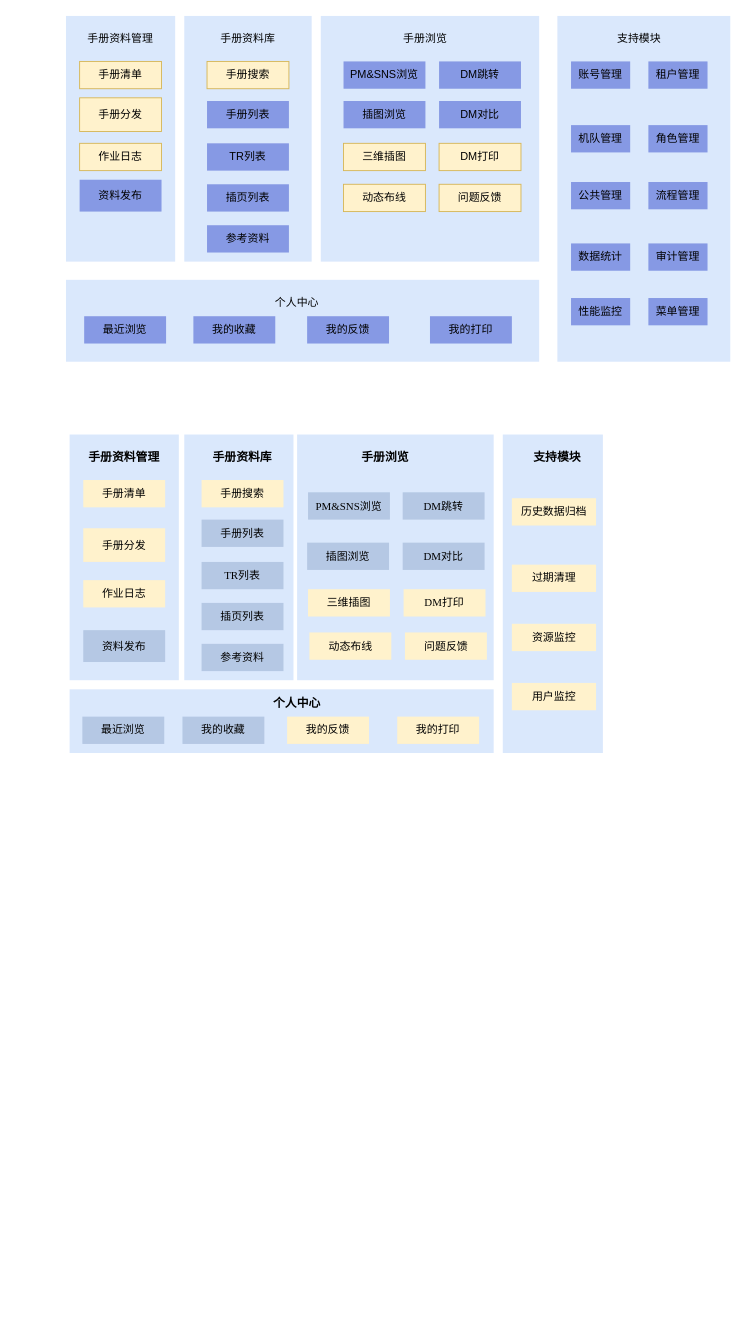
Above: imap_2/售前-业务架构图.drawio in DemonHan/KuickBuy (draw.io), before the change. Source tidied: cells renumbered, new cells numbered last; positions are measured from the earlier drawing's top-left corner, leaving out a move shared by most shapes. Both pictures are drawn from the tidied source at 91%, with x=0, y=0 at pixel (66, 15).
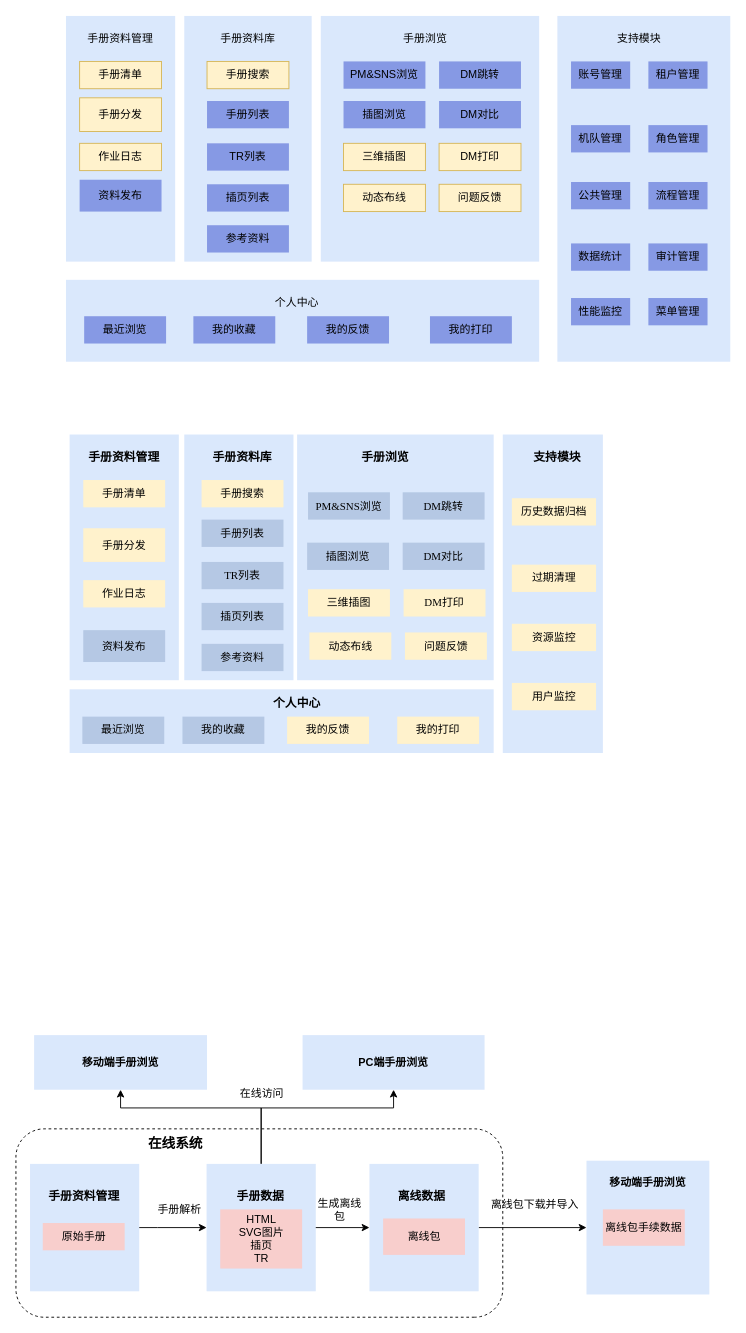
The same page after the edit.

Commit message (it also covers changes not shown here):
更新售前-业务架构图.drawio

Diff of the diagram source:
```diff
@@
+    <mxCell id="78" style="rounded=1;whiteSpace=wrap;html=1;direction=west;dashed=1;" parent="1" vertex="1">
+      <mxGeometry x="-55" y="1223" width="535" height="207" as="geometry" />
+    </mxCell>
@@
+    <mxCell id="79" style="rounded=0;whiteSpace=wrap;html=1;fillColor=#dae8fc;strokeColor=none;" parent="1" vertex="1">
+      <mxGeometry x="-39.5" y="1261.5" width="120" height="140" as="geometry" />
+    </mxCell>
+    <mxCell id="80" value="手册资料管理" style="text;html=1;align=center;verticalAlign=middle;whiteSpace=wrap;rounded=0;fontStyle=1;fontSize=13;" parent="1" vertex="1">
+      <mxGeometry x="-20.5" y="1281.5" width="80" height="30" as="geometry" />
+    </mxCell>
+    <mxCell id="81" value="原始手册" style="rounded=0;whiteSpace=wrap;html=1;fillColor=#f8cecc;strokeColor=none;fontFamily=Helvetica;" parent="1" vertex="1">
+      <mxGeometry x="-25.5" y="1326.5" width="90" height="30" as="geometry" />
+    </mxCell>
+    <mxCell id="82" style="edgeStyle=orthogonalEdgeStyle;rounded=0;jettySize=auto;html=1;entryX=0.5;entryY=1;entryDx=0;entryDy=0;" parent="1" edge="1" source="84" target="94">
+      <mxGeometry relative="1" as="geometry">
+        <Array as="points">
+          <mxPoint x="215" y="1200" />
+          <mxPoint x="360" y="1200" />
+        </Array>
+      </mxGeometry>
+    </mxCell>
+    <mxCell id="83" style="edgeStyle=orthogonalEdgeStyle;rounded=0;jettySize=auto;html=1;exitX=0.5;exitY=0;exitDx=0;exitDy=0;entryX=0.5;entryY=1;entryDx=0;entryDy=0;" parent="1" edge="1" source="84" target="98">
+      <mxGeometry relative="1" as="geometry">
+        <Array as="points">
+          <mxPoint x="214" y="1200" />
+          <mxPoint x="60" y="1200" />
+        </Array>
+      </mxGeometry>
+    </mxCell>
+    <mxCell id="84" style="rounded=0;whiteSpace=wrap;html=1;fillColor=#dae8fc;strokeColor=none;" parent="1" vertex="1">
+      <mxGeometry x="154.5" y="1261.5" width="120" height="140" as="geometry" />
+    </mxCell>
+    <mxCell id="85" value="手册数据" style="text;html=1;align=center;verticalAlign=middle;whiteSpace=wrap;rounded=0;fontStyle=1;fontSize=13;" parent="1" vertex="1">
+      <mxGeometry x="173.5" y="1281.5" width="80" height="30" as="geometry" />
+    </mxCell>
+    <mxCell id="86" value="HTML&lt;br&gt;SVG图片&lt;br&gt;插页&lt;br&gt;TR" style="rounded=0;whiteSpace=wrap;html=1;fillColor=#f8cecc;strokeColor=none;fontFamily=Helvetica;align=center;" parent="1" vertex="1">
+      <mxGeometry x="169.5" y="1311.5" width="90" height="65" as="geometry" />
+    </mxCell>
+    <mxCell id="87" style="endArrow=classic;startArrow=none;html=1;rounded=0;exitX=1;exitY=0.5;exitDx=0;exitDy=0;entryX=0;entryY=0.5;entryDx=0;entryDy=0;startFill=0;" parent="1" edge="1" source="79" target="84">
+      <mxGeometry relative="1" as="geometry">
+        <Array as="points">
+          <mxPoint x="100.5" y="1331.5" />
+        </Array>
+      </mxGeometry>
+    </mxCell>
+    <mxCell id="88" value="手册解析" style="text;html=1;align=center;verticalAlign=middle;whiteSpace=wrap;rounded=0;" parent="1" vertex="1">
+      <mxGeometry x="94.5" y="1296.5" width="60" height="30" as="geometry" />
+    </mxCell>
+    <mxCell id="89" style="edgeStyle=orthogonalEdgeStyle;rounded=0;jettySize=auto;html=1;entryX=0;entryY=0.5;entryDx=0;entryDy=0;" parent="1" edge="1" source="90" target="99">
+      <mxGeometry relative="1" as="geometry" />
+    </mxCell>
+    <mxCell id="90" style="rounded=0;whiteSpace=wrap;html=1;fillColor=#dae8fc;strokeColor=none;" parent="1" vertex="1">
+      <mxGeometry x="333.5" y="1261.5" width="120" height="140" as="geometry" />
+    </mxCell>
+    <mxCell id="91" value="离线数据" style="text;html=1;align=center;verticalAlign=middle;whiteSpace=wrap;rounded=0;fontStyle=1;fontSize=13;" parent="1" vertex="1">
+      <mxGeometry x="350.5" y="1281.5" width="80" height="30" as="geometry" />
+    </mxCell>
+    <mxCell id="92" style="endArrow=classic;startArrow=none;html=1;rounded=0;entryX=0;entryY=0.5;entryDx=0;entryDy=0;exitX=1;exitY=0.5;exitDx=0;exitDy=0;startFill=0;" parent="1" edge="1" source="84" target="90">
+      <mxGeometry relative="1" as="geometry" />
+    </mxCell>
+    <mxCell id="93" value="生成离线包" style="text;html=1;align=center;verticalAlign=middle;whiteSpace=wrap;rounded=0;" parent="1" vertex="1">
+      <mxGeometry x="270.5" y="1296.5" width="60" height="30" as="geometry" />
+    </mxCell>
+    <mxCell id="94" value="PC端手册浏览" style="rounded=0;whiteSpace=wrap;html=1;fillColor=#dae8fc;strokeColor=none;fontStyle=1;" parent="1" vertex="1">
+      <mxGeometry x="260" y="1120" width="200" height="60" as="geometry" />
+    </mxCell>
+    <mxCell id="95" value="在线访问" style="text;html=1;align=center;verticalAlign=middle;strokeColor=none;fillColor=none;dashed=1;" parent="1" vertex="1">
+      <mxGeometry x="180" y="1170" width="70" height="30" as="geometry" />
+    </mxCell>
+    <mxCell id="96" value="在线系统" style="text;html=1;align=center;verticalAlign=middle;strokeColor=none;fillColor=none;dashed=1;fontStyle=1;fontSize=15;" parent="1" vertex="1">
+      <mxGeometry x="80" y="1223" width="80" height="30" as="geometry" />
+    </mxCell>
+    <mxCell id="97" value="离线包" style="rounded=0;whiteSpace=wrap;html=1;fillColor=#f8cecc;strokeColor=none;fontFamily=Helvetica;align=center;" parent="1" vertex="1">
+      <mxGeometry x="348.5" y="1321.5" width="90" height="40" as="geometry" />
+    </mxCell>
+    <mxCell id="98" value="移动端手册浏览" style="rounded=0;whiteSpace=wrap;html=1;fillColor=#dae8fc;strokeColor=none;fontStyle=1;" parent="1" vertex="1">
+      <mxGeometry x="-35" y="1120" width="190" height="60" as="geometry" />
+    </mxCell>
+    <mxCell id="99" value="移动端手册浏览&lt;div&gt;&lt;br&gt;&lt;/div&gt;&lt;div&gt;&lt;br&gt;&lt;/div&gt;&lt;div&gt;&lt;br&gt;&lt;/div&gt;&lt;div&gt;&lt;br&gt;&lt;/div&gt;&lt;div&gt;&lt;br&gt;&lt;/div&gt;&lt;div&gt;&lt;br&gt;&lt;/div&gt;&lt;div&gt;&lt;br&gt;&lt;/div&gt;" style="rounded=0;whiteSpace=wrap;html=1;fillColor=#dae8fc;strokeColor=none;fontStyle=1;" parent="1" vertex="1">
+      <mxGeometry x="572" y="1258" width="135" height="147" as="geometry" />
+    </mxCell>
+    <mxCell id="100" value="离线包下载并导入" style="text;html=1;align=center;verticalAlign=middle;strokeColor=none;fillColor=none;dashed=1;" parent="1" vertex="1">
+      <mxGeometry x="455" y="1291.5" width="120" height="30" as="geometry" />
+    </mxCell>
+    <mxCell id="101" value="离线包手续数据" style="rounded=0;whiteSpace=wrap;html=1;fillColor=#f8cecc;strokeColor=none;fontFamily=Helvetica;align=center;" parent="1" vertex="1">
+      <mxGeometry x="590" y="1311.5" width="90" height="40" as="geometry" />
+    </mxCell>
```
